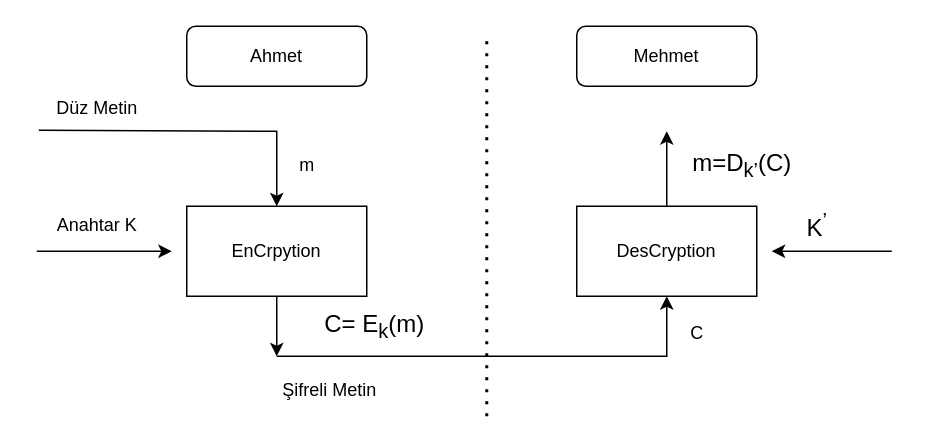
Earlier version of the draw.io diagram Odev1/Untitled Diagram.drawio (Atakan-Emre/BSG_LAB). Source tidied: cells renumbered, new cells numbered last; positions are measured from the earlier drawing's top-left corner, leaving out a move shared by most shapes. Both pictures are drawn from the tidied source at 150%, with x=0, y=0 at pixel (36, 26).
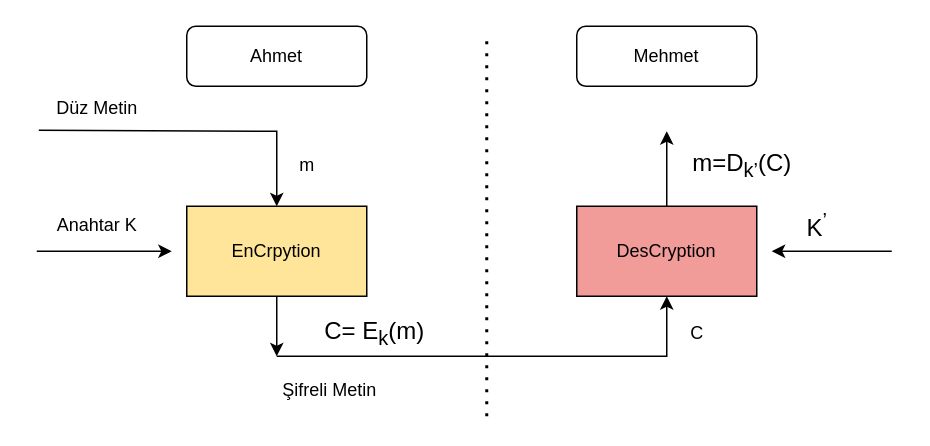
The same page after the edit.

What changed in the source:
```diff
@@
-    <mxCell id="3" value="EnCrpytion" style="rounded=0;whiteSpace=wrap;html=1;" parent="1" vertex="1">
+    <mxCell id="3" value="EnCrpytion" style="rounded=0;whiteSpace=wrap;html=1;shadow=0;fillColor=#FFE599;" parent="1" vertex="1">
       <mxGeometry x="100" y="120" width="120" height="60" as="geometry" />
     </mxCell>
@@
-    <mxCell id="8" value="DesCryption" style="rounded=0;whiteSpace=wrap;html=1;" parent="1" vertex="1">
+    <mxCell id="8" value="DesCryption" style="rounded=0;whiteSpace=wrap;html=1;fillColor=#F19C99;" parent="1" vertex="1">
       <mxGeometry x="360" y="120" width="120" height="60" as="geometry" />
     </mxCell>
@@
     <mxCell id="16" value="&lt;p style=&quot;margin: 0cm; font-size: 12pt; font-family: Calibri, sans-serif; text-align: start;&quot; class=&quot;MsoNormal&quot;&gt;C= E&lt;sub&gt;k&lt;/sub&gt;(m)&lt;/p&gt;" style="text;html=1;align=center;verticalAlign=middle;strokeColor=none;fillColor=none;" parent="1" vertex="1">
-      <mxGeometry x="180" y="180" width="90" height="40" as="geometry" />
+      <mxGeometry x="180" y="185" width="90" height="40" as="geometry" />
     </mxCell>
```
